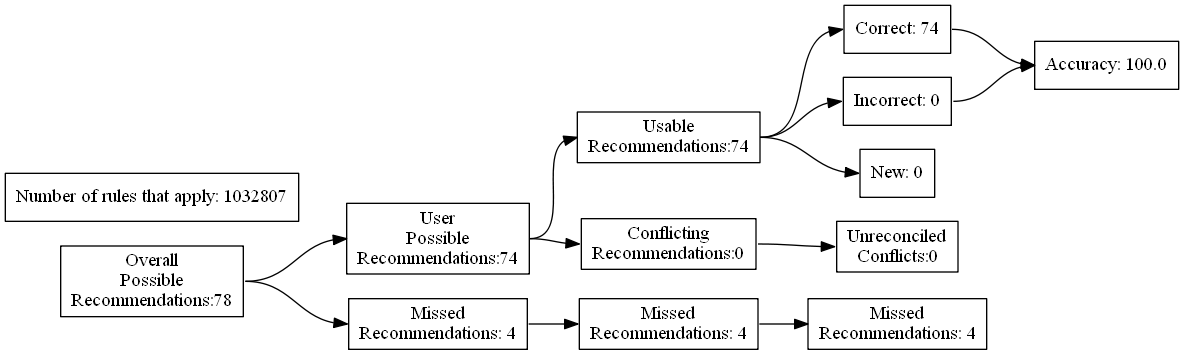
Before: test_renders/50.gv.png, a diagram exported from Graphviz (ZaxR/ibd_diet_analysis). Its source is kept beside it as test_renders/50.gv.
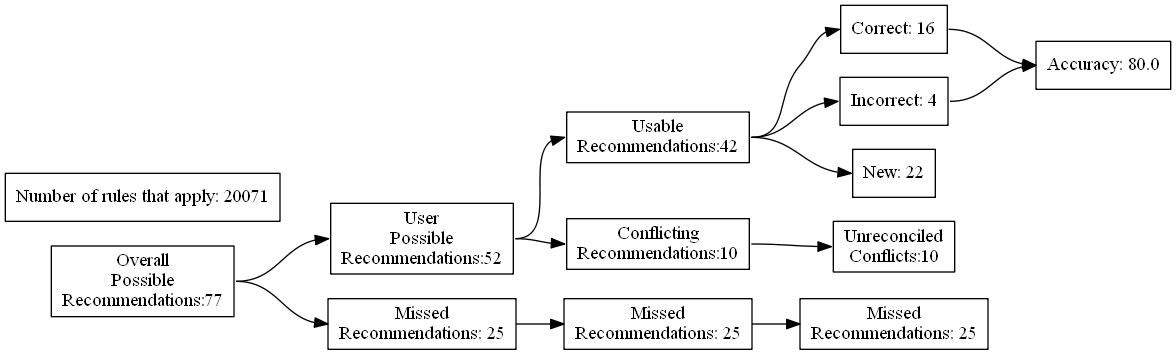
Later version of the same file.

Diff of the diagram source:
```diff
@@ -4,27 +4,27 @@
 	edge [headport=w tailport=e]
 		A [label="Overall
 Possible
-Recommendations:78"]
+Recommendations:77"]
 		B [label="User
 Possible
-Recommendations:74"]
+Recommendations:52"]
 		C [label="Missed
-Recommendations: 4"]
+Recommendations: 25"]
 		D [label="Usable
-Recommendations:74"]
+Recommendations:42"]
 		E [label="Conflicting
-Recommendations:0"]
+Recommendations:10"]
 		J [label="Missed
-Recommendations: 4"]
+Recommendations: 25"]
 		M [label="Unreconciled
-Conflicts:0"]
-		F [label="Correct: 74"]
-		G [label="Incorrect: 0"]
-		H [label="New: 0"]
+Conflicts:10"]
+		F [label="Correct: 16"]
+		G [label="Incorrect: 4"]
+		H [label="New: 22"]
 		K [label="Missed
-Recommendations: 4"]
-		I [label="Accuracy: 100.0"]
-		l [label="Number of rules that apply: 1032807"]
+Recommendations: 25"]
+		I [label="Accuracy: 80.0"]
+		l [label="Number of rules that apply: 20071"]
 			A -> B
 			A -> C
 			B -> D
```
